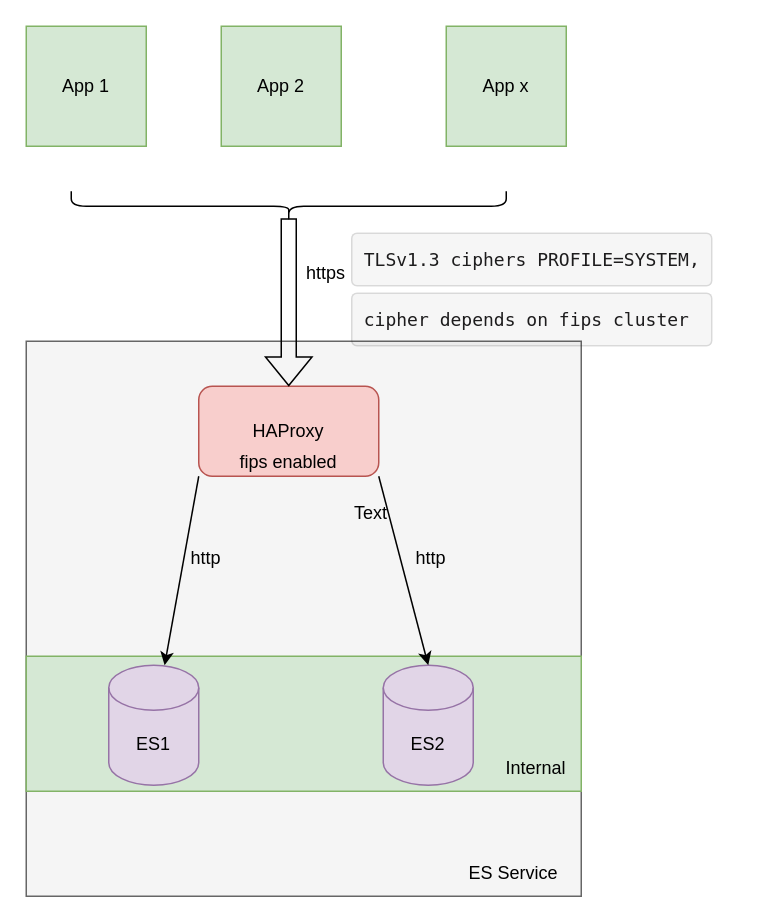
Earlier version of the draw.io diagram assets/ES_HA.drawio (ganisback/draw.io). Source tidied: cells renumbered, new cells numbered last; positions are measured from the earlier drawing's top-left corner, leaving out a move shared by most shapes. Both pictures are drawn from the tidied source at 150%, with x=0, y=0 at pixel (26, -12).
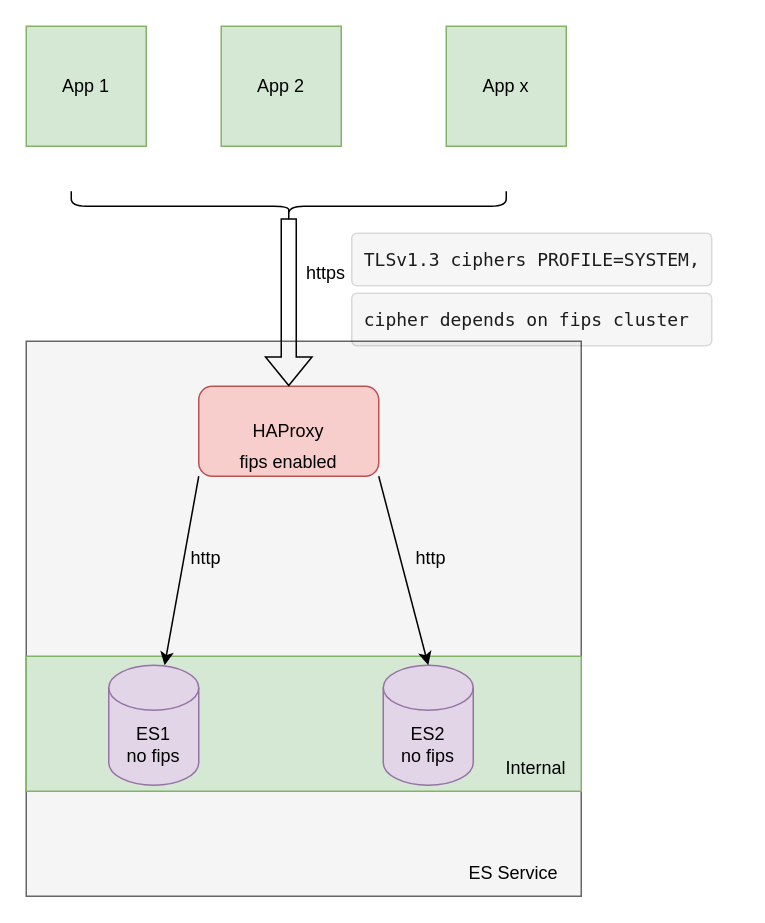
The same diagram, later.

Change to the diagram source:
```diff
@@
-    <mxCell id="8" value="ES1" style="shape=cylinder3;whiteSpace=wrap;html=1;boundedLbl=1;backgroundOutline=1;size=15;fillColor=#e1d5e7;strokeColor=#9673a6;" parent="1" vertex="1">
+    <mxCell id="8" value="ES1&lt;br&gt;no fips" style="shape=cylinder3;whiteSpace=wrap;html=1;boundedLbl=1;backgroundOutline=1;size=15;fillColor=#e1d5e7;strokeColor=#9673a6;" parent="1" vertex="1">
       <mxGeometry x="55" y="451" width="60" height="80" as="geometry" />
     </mxCell>
-    <mxCell id="9" value="ES2" style="shape=cylinder3;whiteSpace=wrap;html=1;boundedLbl=1;backgroundOutline=1;size=15;fillColor=#e1d5e7;strokeColor=#9673a6;" parent="1" vertex="1">
+    <mxCell id="9" value="ES2&lt;br&gt;no fips" style="shape=cylinder3;whiteSpace=wrap;html=1;boundedLbl=1;backgroundOutline=1;size=15;fillColor=#e1d5e7;strokeColor=#9673a6;" parent="1" vertex="1">
       <mxGeometry x="238" y="451" width="60" height="80" as="geometry" />
     </mxCell>
@@
-    <mxCell id="20" value="Text" style="text;html=1;strokeColor=none;fillColor=none;align=center;verticalAlign=middle;whiteSpace=wrap;rounded=0;" parent="1" vertex="1">
-      <mxGeometry x="200" y="335" width="60" height="30" as="geometry" />
-    </mxCell>
```
